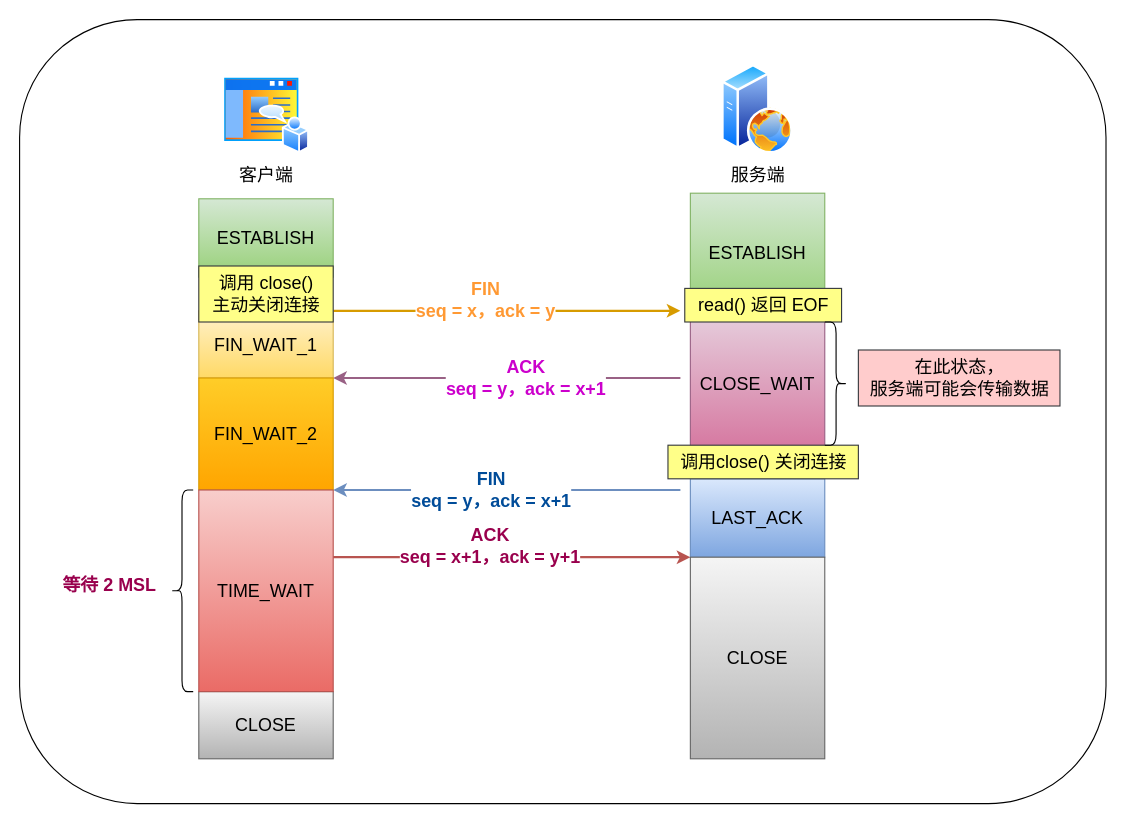
xiaolincoder/ImageHost4 keeps this draw.io diagram as 网络/tcp四次挥手.drawio. Above is the earlier version. Source tidied: cells renumbered, new cells numbered last; positions are measured from the earlier drawing's top-left corner, leaving out a move shared by most shapes. Both pictures are drawn from the tidied source at 112%, with x=0, y=0 at pixel (19, 19).
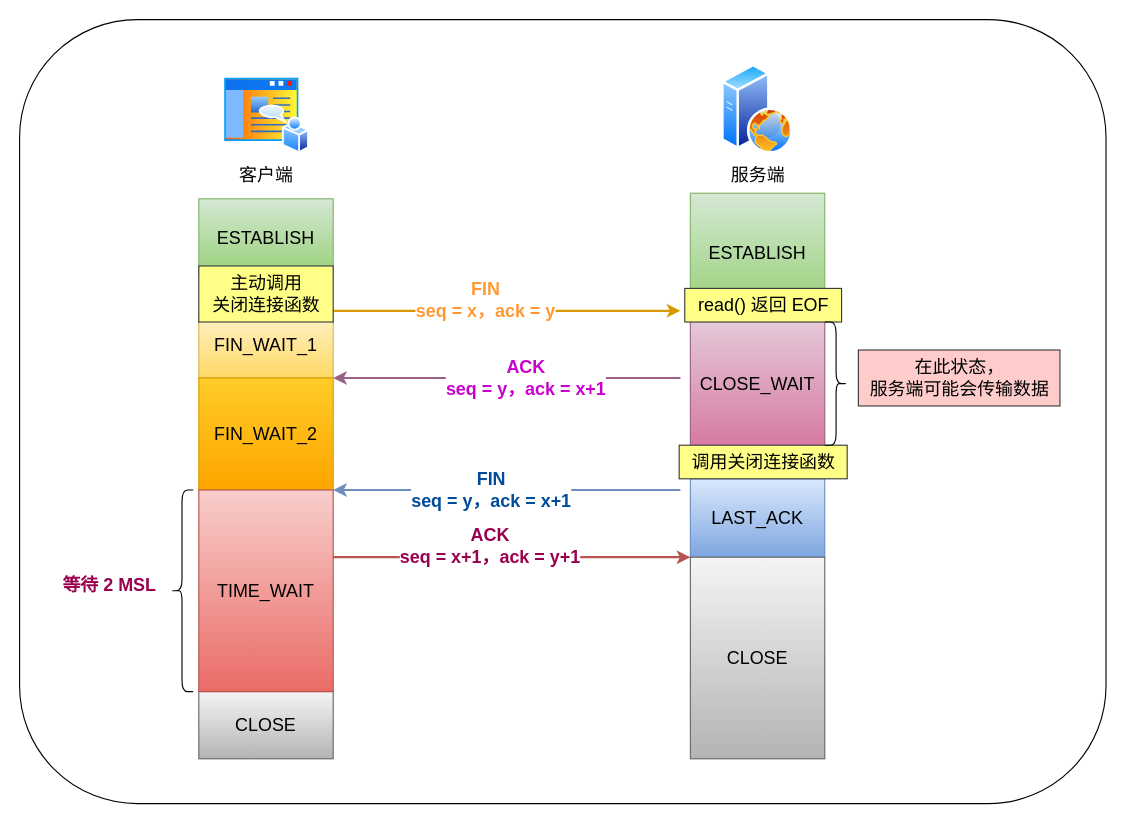
The same page after the edit.

Commit message (it also covers changes not shown here):
更新tcp四次挥手.drawio

What changed in the source:
```diff
@@
-    <mxCell id="20" value="调用 close()&lt;br&gt;主动关闭连接" style="text;html=1;align=center;verticalAlign=middle;strokeColor=#36393d;fillColor=#ffff88;fontSize=16;" parent="1" vertex="1">
+    <mxCell id="20" value="主动调用&lt;br&gt;关闭连接函数" style="text;html=1;align=center;verticalAlign=middle;strokeColor=#36393d;fillColor=#ffff88;fontSize=16;" parent="1" vertex="1">
       <mxGeometry x="160" y="220" width="120" height="50" as="geometry" />
     </mxCell>
-    <mxCell id="21" value="调用close() 关闭连接" style="text;html=1;align=center;verticalAlign=middle;strokeColor=#36393d;fillColor=#ffff88;fontSize=16;" parent="1" vertex="1">
-      <mxGeometry x="578.9" y="380" width="170" height="30" as="geometry" />
+    <mxCell id="21" value="调用关闭连接函数" style="text;html=1;align=center;verticalAlign=middle;strokeColor=#36393d;fillColor=#ffff88;fontSize=16;" parent="1" vertex="1">
+      <mxGeometry x="588.9" y="380" width="150" height="30" as="geometry" />
     </mxCell>
```
